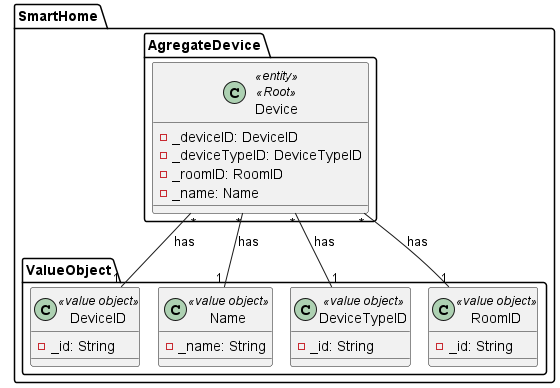
Before: docs/general/agreggateModels/Device.png, a diagram exported from PlantUML (olivDiogo/SmartHome).
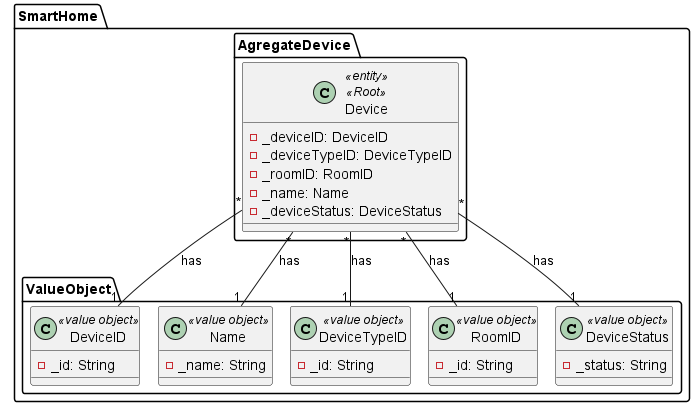
After the change.

The edit, as a diff of the source:
```diff
@@ -7,6 +7,7 @@
     - _deviceTypeID: DeviceTypeID
     - _roomID: RoomID
     - _name: Name
+    - _deviceStatus: DeviceStatus
 }
 }
 
@@ -25,10 +26,15 @@
     class RoomID<<value object>>{
         - _id: String
     }
+
+    class DeviceStatus<<value object>>{
+        - _status: String
+    }
 }
 
 Device "*" -- "1" DeviceID : has
 Device "*" -- "1" Name : has
 Device "*" -- "1" DeviceTypeID : has
 Device "*" -- "1" RoomID : has
+Device "*" -- "1" DeviceStatus : has
 @enduml
```
